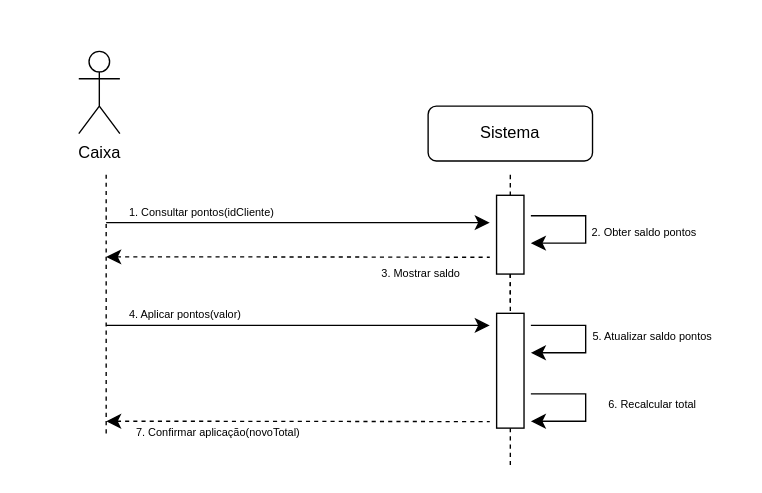
compaqle/fsoft2026_1DB_3 keeps this draw.io diagram as Documentation/Iteration01/diagramas/uc10.drawio. Above is the earlier version. Source tidied: cells renumbered, new cells numbered last; positions are measured from the earlier drawing's top-left corner, leaving out a move shared by most shapes. Both pictures are drawn from the tidied source at 137%, with x=0, y=0 at pixel (78, 51).
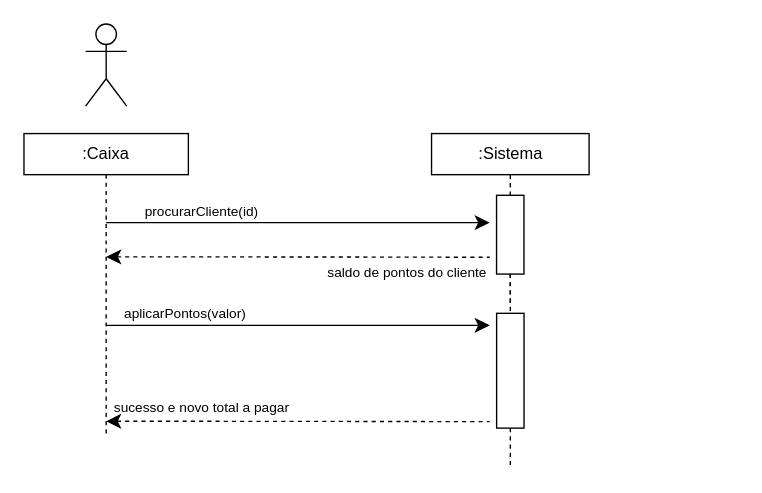
After the change.

The edit, as a diff of the source:
```diff
@@
-    <mxCell id="3" value="&lt;span style=&quot;font-size: 8px;&quot;&gt;1. Consultar pontos(idCliente)&lt;/span&gt;" style="text;html=1;whiteSpace=wrap;strokeColor=none;fillColor=none;align=center;verticalAlign=middle;rounded=0;fontSize=16;" parent="1" vertex="1">
+    <mxCell id="3" value="&lt;font style=&quot;font-size: 10px;&quot;&gt;procurarCliente(id)&lt;/font&gt;" style="text;html=1;whiteSpace=wrap;strokeColor=none;fillColor=none;align=center;verticalAlign=middle;rounded=0;fontSize=16;" parent="1" vertex="1">
       <mxGeometry x="10" y="100" width="160" height="30" as="geometry" />
     </mxCell>
@@
-    <mxCell id="5" value="&lt;font style=&quot;font-size: 8px;&quot;&gt;6. Recalcular total&lt;/font&gt;" style="text;html=1;whiteSpace=wrap;strokeColor=none;fillColor=none;align=center;verticalAlign=middle;rounded=0;fontSize=16;" parent="1" vertex="1">
-      <mxGeometry x="356.9" y="240" width="123.8" height="30" as="geometry" />
-    </mxCell>
@@
-    <mxCell id="10" value="Caixa" style="shape=umlActor;verticalLabelPosition=bottom;verticalAlign=top;html=1;" parent="1" vertex="1">
-      <mxGeometry width="30" height="60" as="geometry" />
+    <mxCell id="10" style="shape=umlActor;verticalLabelPosition=bottom;verticalAlign=top;html=1;" parent="1" vertex="1">
+      <mxGeometry x="5" y="-20" width="30" height="60" as="geometry" />
     </mxCell>
-    <mxCell id="11" value="Sistema" style="rounded=1;whiteSpace=wrap;html=1;" parent="1" vertex="1">
-      <mxGeometry x="255" y="40" width="120" height="40" as="geometry" />
-    </mxCell>
-    <mxCell id="12" value="&lt;font style=&quot;font-size: 8px;&quot;&gt;3. Mostrar saldo&lt;/font&gt;" style="text;html=1;whiteSpace=wrap;strokeColor=none;fillColor=none;align=center;verticalAlign=middle;rounded=0;fontSize=16;" parent="1" vertex="1">
-      <mxGeometry x="200" y="143.8" width="100" height="30" as="geometry" />
+    <mxCell id="12" value="&lt;font style=&quot;font-size: 10px;&quot;&gt;saldo de pontos do cliente&lt;/font&gt;" style="text;html=1;whiteSpace=wrap;strokeColor=none;fillColor=none;align=center;verticalAlign=middle;rounded=0;fontSize=16;" parent="1" vertex="1">
+      <mxGeometry x="180" y="143.8" width="120" height="30" as="geometry" />
     </mxCell>
@@
-    <mxCell id="14" style="edgeStyle=segmentEdgeStyle;endArrow=classic;html=1;curved=0;rounded=0;endSize=8;startSize=8;sourcePerimeterSpacing=0;targetPerimeterSpacing=0;fontSize=12;" parent="1" edge="1">
-      <mxGeometry relative="1" as="geometry">
-        <mxPoint x="330" y="200" as="sourcePoint" />
-        <mxPoint x="330" y="220" as="targetPoint" />
-        <Array as="points">
-          <mxPoint x="370" y="200" />
-          <mxPoint x="370" y="220" />
-          <mxPoint x="350" y="220" />
-        </Array>
-      </mxGeometry>
-    </mxCell>
-    <mxCell id="15" value="&lt;font style=&quot;font-size: 8px;&quot;&gt;4. Aplicar pontos(valor)&lt;/font&gt;" style="text;html=1;whiteSpace=wrap;strokeColor=none;fillColor=none;align=center;verticalAlign=middle;rounded=0;fontSize=16;" parent="1" vertex="1">
+    <mxCell id="15" value="&lt;font style=&quot;font-size: 10px;&quot;&gt;aplicarPontos(valor)&lt;/font&gt;" style="text;html=1;whiteSpace=wrap;strokeColor=none;fillColor=none;align=center;verticalAlign=middle;rounded=0;fontSize=16;" parent="1" vertex="1">
       <mxGeometry x="28.1" y="173.8" width="100" height="30" as="geometry" />
     </mxCell>
-    <mxCell id="16" value="&lt;font style=&quot;font-size: 8px;&quot;&gt;5. Atualizar saldo pontos&lt;/font&gt;" style="text;html=1;whiteSpace=wrap;strokeColor=none;fillColor=none;align=center;verticalAlign=middle;rounded=0;fontSize=16;" parent="1" vertex="1">
-      <mxGeometry x="368.8" y="190" width="100" height="30" as="geometry" />
-    </mxCell>
@@
-    <mxCell id="23" style="edgeStyle=segmentEdgeStyle;endArrow=classic;html=1;curved=0;rounded=0;endSize=8;startSize=8;sourcePerimeterSpacing=0;targetPerimeterSpacing=0;fontSize=12;" parent="1" edge="1">
-      <mxGeometry relative="1" as="geometry">
-        <mxPoint x="330" y="120" as="sourcePoint" />
-        <mxPoint x="330" y="140" as="targetPoint" />
-        <Array as="points">
-          <mxPoint x="370" y="120" />
-          <mxPoint x="370" y="140" />
-          <mxPoint x="350" y="140" />
-        </Array>
-      </mxGeometry>
-    </mxCell>
-    <mxCell id="24" value="&lt;font style=&quot;font-size: 8px;&quot;&gt;2. Obter saldo pontos&lt;/font&gt;" style="text;html=1;whiteSpace=wrap;strokeColor=none;fillColor=none;align=center;verticalAlign=middle;rounded=0;fontSize=16;" parent="1" vertex="1">
-      <mxGeometry x="363.1" y="113.8" width="100" height="30" as="geometry" />
-    </mxCell>
-    <mxCell id="25" style="edgeStyle=segmentEdgeStyle;endArrow=classic;html=1;curved=0;rounded=0;endSize=8;startSize=8;sourcePerimeterSpacing=0;targetPerimeterSpacing=0;fontSize=12;" parent="1" edge="1">
-      <mxGeometry relative="1" as="geometry">
-        <mxPoint x="330" y="250" as="sourcePoint" />
-        <mxPoint x="330" y="270" as="targetPoint" />
-        <Array as="points">
-          <mxPoint x="370" y="250" />
-          <mxPoint x="370" y="270" />
-          <mxPoint x="350" y="270" />
-        </Array>
-      </mxGeometry>
-    </mxCell>
-    <mxCell id="26" value="&lt;font style=&quot;font-size: 8px;&quot;&gt;7. Confirmar aplicação(novoTotal)&lt;/font&gt;" style="text;html=1;whiteSpace=wrap;strokeColor=none;fillColor=none;align=center;verticalAlign=middle;rounded=0;fontSize=16;" parent="1" vertex="1">
-      <mxGeometry x="40" y="260" width="123.8" height="30" as="geometry" />
+    <mxCell id="26" value="&lt;font style=&quot;font-size: 10px;&quot;&gt;sucesso e novo total a pagar&lt;/font&gt;" style="text;html=1;whiteSpace=wrap;strokeColor=none;fillColor=none;align=center;verticalAlign=middle;rounded=0;fontSize=16;" parent="1" vertex="1">
+      <mxGeometry x="25" y="243.1" width="130" height="30" as="geometry" />
     </mxCell>
+    <mxCell id="27" value=":Sistema" style="rounded=0;whiteSpace=wrap;html=1;" parent="1" vertex="1">
+      <mxGeometry x="257.5" y="60" width="115" height="30" as="geometry" />
+    </mxCell>
+    <mxCell id="28" value=":Caixa" style="rounded=0;whiteSpace=wrap;html=1;" parent="1" vertex="1">
+      <mxGeometry x="-40" y="60" width="120" height="30" as="geometry" />
+    </mxCell>
```
